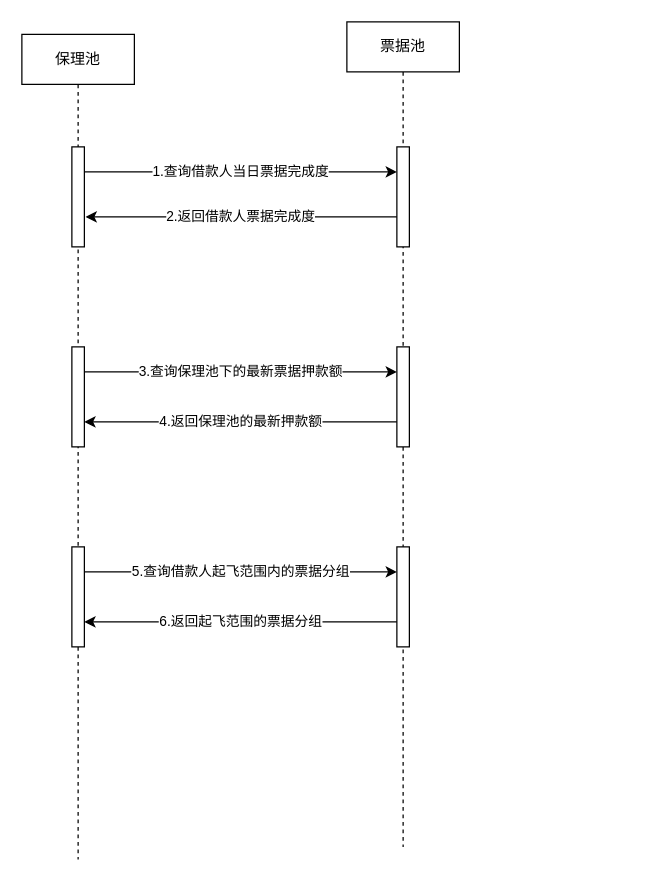
The draw.io diagram 金融科技/保理池时序图.drawio in 294794668/draw, before the edit. Source tidied: cells renumbered, new cells numbered last; positions are measured from the earlier drawing's top-left corner, leaving out a move shared by most shapes. Both pictures are drawn from the tidied source at 125%, with x=0, y=0 at pixel (21, 21).
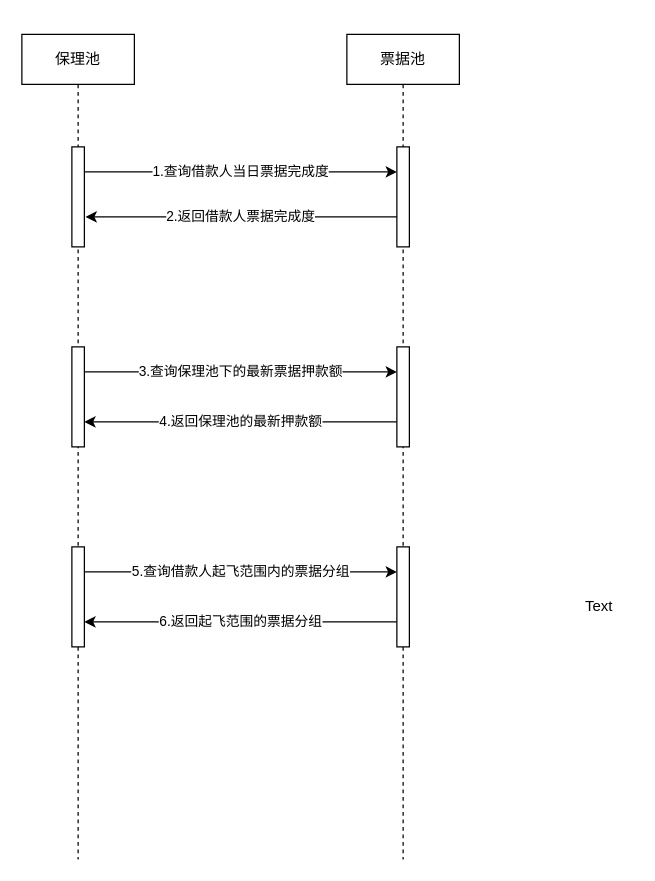
After the change.

Commit message (it also covers changes not shown here):
更新保理池时序图.drawio

Change to the diagram source:
```diff
@@
     <mxCell id="6" value="票据池" style="shape=umlLifeline;perimeter=lifelinePerimeter;whiteSpace=wrap;html=1;" parent="1" vertex="1">
-      <mxGeometry x="260" width="90" height="660" as="geometry" />
+      <mxGeometry x="260" y="10" width="90" height="660" as="geometry" />
     </mxCell>
     <mxCell id="7" style="html=1;points=[];perimeter=orthogonalPerimeter;" parent="6" vertex="1">
-      <mxGeometry x="40" y="100" width="10" height="80" as="geometry" />
+      <mxGeometry x="40" y="90" width="10" height="80" as="geometry" />
     </mxCell>
     <mxCell id="8" style="html=1;points=[];perimeter=orthogonalPerimeter;" parent="6" vertex="1">
-      <mxGeometry x="40" y="260" width="10" height="80" as="geometry" />
+      <mxGeometry x="40" y="250" width="10" height="80" as="geometry" />
     </mxCell>
     <mxCell id="9" style="html=1;points=[];perimeter=orthogonalPerimeter;" parent="6" vertex="1">
-      <mxGeometry x="40" y="420" width="10" height="80" as="geometry" />
+      <mxGeometry x="40" y="410" width="10" height="80" as="geometry" />
     </mxCell>
@@
+    <mxCell id="16" value="Text" style="text;html=1;align=left;verticalAlign=top;spacingTop=-4;" parent="1" vertex="1">
+      <mxGeometry x="449" y="458" width="40" height="20" as="geometry" />
+    </mxCell>
```
